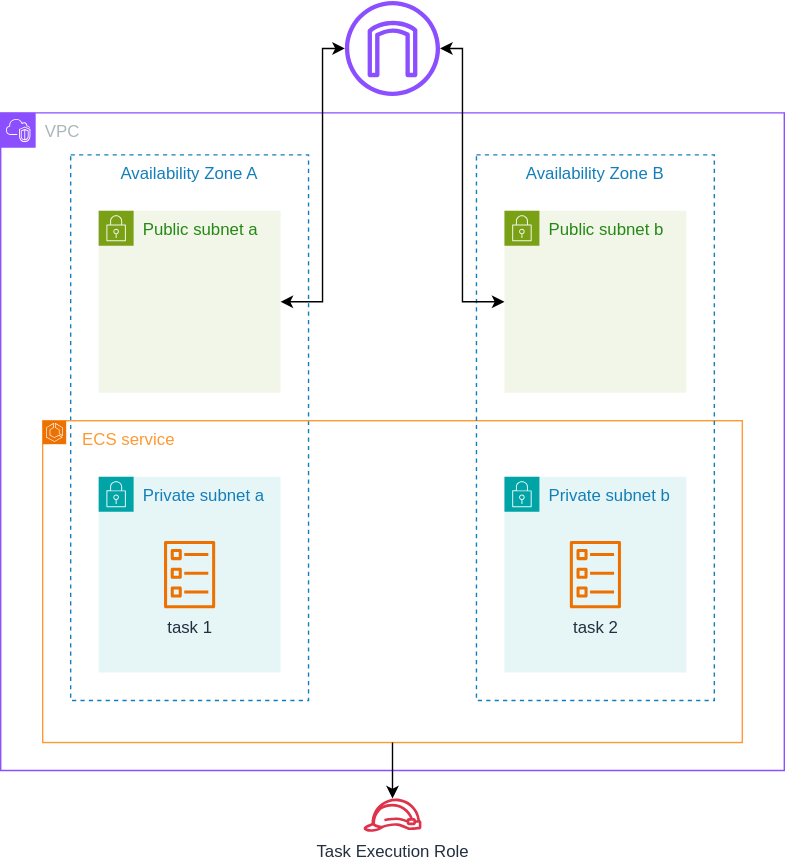
superluminar-io/aws_advanced_workshop keeps this draw.io diagram as docs/media/lab_1_arch.drawio.svg. Above is the earlier version. Source tidied: cells renumbered, new cells last; positions are measured from the earlier drawing's top-left corner, leaving out a move shared by most shapes.
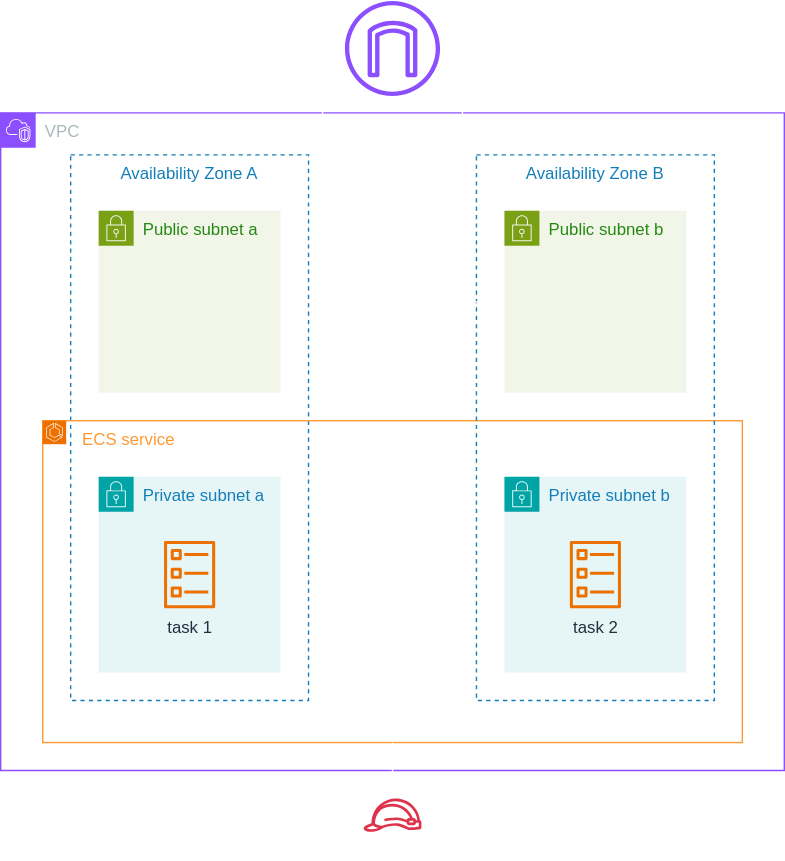
After the commit.

Change to the diagram source:
```diff
@@ -41,7 +41,7 @@
     <mxCell id="14" style="sketch=0;outlineConnect=0;fontColor=#232F3E;gradientColor=none;fillColor=#8C4FFF;strokeColor=none;dashed=0;verticalLabelPosition=bottom;verticalAlign=top;align=center;html=1;fontSize=12;fontStyle=0;shape=mxgraph.aws4.internet_gateway;" parent="1" vertex="1">
       <mxGeometry x="246" width="68" height="68" as="geometry" />
     </mxCell>
-    <mxCell id="15" style="edgeStyle=orthogonalEdgeStyle;rounded=0;jettySize=auto;html=1;startArrow=classic;startFill=1;" parent="1" edge="1" source="14" target="4">
+    <mxCell id="15" style="edgeStyle=orthogonalEdgeStyle;rounded=0;jettySize=auto;html=1;startArrow=classic;startFill=1;strokeColor=#FFFFFF;" parent="1" edge="1" source="14" target="4">
       <mxGeometry relative="1" as="geometry">
         <Array as="points">
           <mxPoint x="230" y="34" />
@@ -49,7 +49,7 @@
         </Array>
       </mxGeometry>
     </mxCell>
-    <mxCell id="16" style="edgeStyle=orthogonalEdgeStyle;rounded=0;jettySize=auto;html=1;startArrow=classic;startFill=1;" parent="1" edge="1" source="14" target="11">
+    <mxCell id="16" style="edgeStyle=orthogonalEdgeStyle;rounded=0;jettySize=auto;html=1;startArrow=classic;startFill=1;strokeColor=#FFFFFF;" parent="1" edge="1" source="14" target="11">
       <mxGeometry relative="1" as="geometry">
         <Array as="points">
           <mxPoint x="330" y="34" />
@@ -57,10 +57,10 @@
         </Array>
       </mxGeometry>
     </mxCell>
-    <mxCell id="17" value="Task Execution Role" style="sketch=0;outlineConnect=0;fontColor=#232F3E;gradientColor=none;fillColor=#DD344C;strokeColor=none;dashed=0;verticalLabelPosition=bottom;verticalAlign=top;align=center;html=1;fontSize=12;fontStyle=0;shape=mxgraph.aws4.role;" parent="1" vertex="1">
+    <mxCell id="17" value="&lt;font&gt;Task Execution Role&lt;/font&gt;" style="sketch=0;outlineConnect=0;fontColor=#FFFFFF;gradientColor=none;fillColor=#DD344C;strokeColor=none;dashed=0;verticalLabelPosition=bottom;verticalAlign=top;align=center;html=1;fontSize=12;fontStyle=0;shape=mxgraph.aws4.role;" parent="1" vertex="1">
       <mxGeometry x="258.9" y="570" width="42.2" height="23.8" as="geometry" />
     </mxCell>
-    <mxCell id="18" style="edgeStyle=orthogonalEdgeStyle;rounded=0;jettySize=auto;html=1;" parent="1" edge="1" source="6" target="17">
+    <mxCell id="18" style="edgeStyle=orthogonalEdgeStyle;rounded=0;jettySize=auto;html=1;strokeColor=#FFFFFF;" parent="1" edge="1" source="6" target="17">
       <mxGeometry relative="1" as="geometry" />
     </mxCell>
   </root>
```
